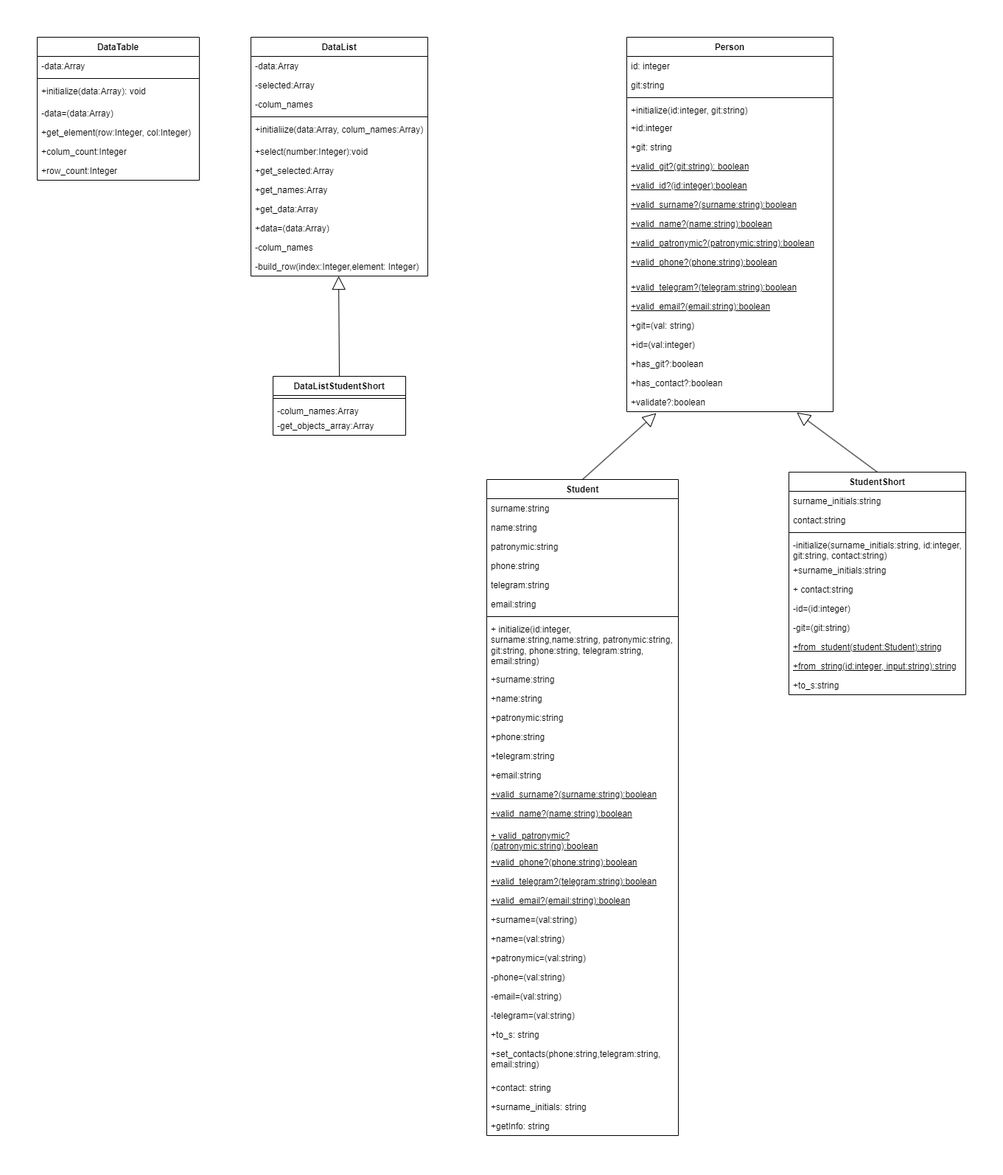
llKristina/ruby keeps this draw.io diagram as class_student/diagram1.png. Above is the earlier version. Source tidied: cells renumbered, new cells last; positions are measured from the earlier drawing's top-left corner, leaving out a move shared by most shapes.
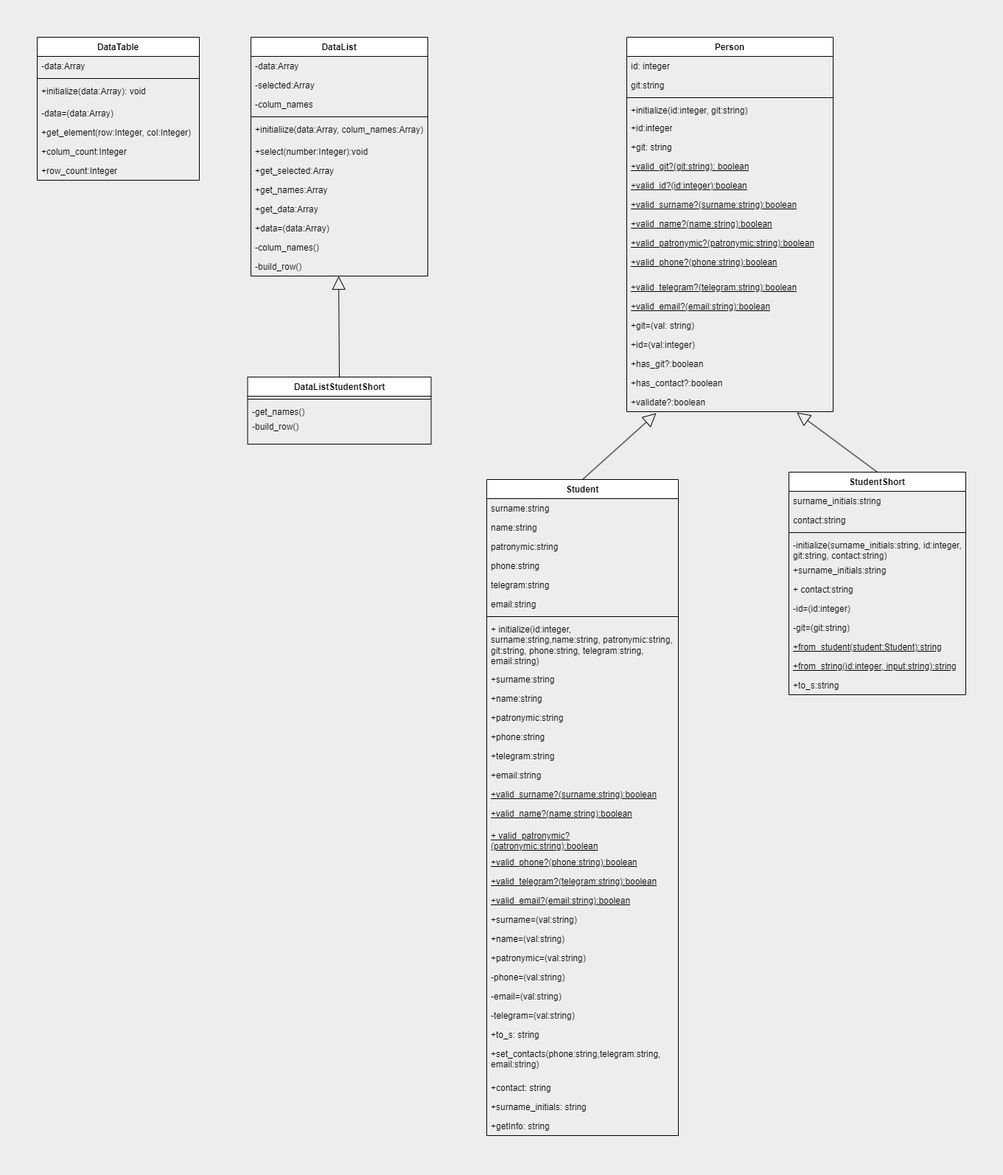
After the change.

What changed in the source:
```diff
@@ -1,4 +1,4 @@
-<mxGraphModel background="#ffffff">
+<mxGraphModel background="#eeeded">
   <root>
     <mxCell id="0" />
     <mxCell id="1" parent="0" />
@@ -259,23 +259,23 @@
     <mxCell id="86" value="+data=(data:Array)" style="text;strokeColor=none;fillColor=none;align=left;verticalAlign=top;spacingLeft=4;spacingRight=4;overflow=hidden;whiteSpace=wrap;html=1;labelBackgroundColor=none;" parent="76" vertex="1">
       <mxGeometry y="246" width="240" height="26" as="geometry" />
     </mxCell>
-    <mxCell id="87" value="-colum_names" style="text;strokeColor=none;fillColor=none;align=left;verticalAlign=top;spacingLeft=4;spacingRight=4;overflow=hidden;whiteSpace=wrap;html=1;labelBackgroundColor=none;" parent="76" vertex="1">
+    <mxCell id="87" value="-colum_names()" style="text;strokeColor=none;fillColor=none;align=left;verticalAlign=top;spacingLeft=4;spacingRight=4;overflow=hidden;whiteSpace=wrap;html=1;labelBackgroundColor=none;" parent="76" vertex="1">
       <mxGeometry y="272" width="240" height="26" as="geometry" />
     </mxCell>
-    <mxCell id="88" value="-build_row(index:Integer,element: Integer)" style="text;strokeColor=none;fillColor=none;align=left;verticalAlign=top;spacingLeft=4;spacingRight=4;overflow=hidden;points=[[0,0.5],[1,0.5]];portConstraint=eastwest;whiteSpace=wrap;html=1;labelBackgroundColor=none;" parent="76" vertex="1">
+    <mxCell id="88" value="-build_row()" style="text;strokeColor=none;fillColor=none;align=left;verticalAlign=top;spacingLeft=4;spacingRight=4;overflow=hidden;points=[[0,0.5],[1,0.5]];portConstraint=eastwest;whiteSpace=wrap;html=1;labelBackgroundColor=none;" parent="76" vertex="1">
       <mxGeometry y="298" width="240" height="26" as="geometry" />
     </mxCell>
     <mxCell id="89" value="DataListStudentShort" style="swimlane;fontStyle=1;align=center;verticalAlign=top;horizontal=1;startSize=26;whiteSpace=wrap;html=1;labelBackgroundColor=none;" parent="1" vertex="1">
-      <mxGeometry x="320" y="460" width="180" height="80" as="geometry" />
+      <mxGeometry x="285.5" y="461" width="249" height="91" as="geometry" />
     </mxCell>
     <mxCell id="90" style="line;strokeWidth=1;fillColor=none;align=left;verticalAlign=middle;spacingTop=-1;spacingLeft=3;spacingRight=3;labelPosition=right;labelBackgroundColor=none;" parent="89" vertex="1">
-      <mxGeometry y="26" width="180" height="8" as="geometry" />
+      <mxGeometry y="26" width="249" height="8" as="geometry" />
     </mxCell>
-    <mxCell id="91" value="-colum_names:Array" style="text;strokeColor=none;fillColor=none;align=left;verticalAlign=top;spacingLeft=4;spacingRight=4;overflow=hidden;whiteSpace=wrap;html=1;labelBackgroundColor=none;" parent="89" vertex="1">
-      <mxGeometry y="34" width="180" height="20" as="geometry" />
+    <mxCell id="91" value="-get_names()" style="text;strokeColor=none;fillColor=none;align=left;verticalAlign=top;spacingLeft=4;spacingRight=4;overflow=hidden;whiteSpace=wrap;html=1;labelBackgroundColor=none;" parent="89" vertex="1">
+      <mxGeometry y="34" width="249" height="20" as="geometry" />
     </mxCell>
-    <mxCell id="92" value="-get_objects_array:Array" style="text;strokeColor=none;fillColor=none;align=left;verticalAlign=top;spacingLeft=4;spacingRight=4;overflow=hidden;whiteSpace=wrap;html=1;labelBackgroundColor=none;" parent="89" vertex="1">
-      <mxGeometry y="54" width="180" height="26" as="geometry" />
+    <mxCell id="92" value="-build_row()" style="text;strokeColor=none;fillColor=none;align=left;verticalAlign=top;spacingLeft=4;spacingRight=4;overflow=hidden;whiteSpace=wrap;html=1;labelBackgroundColor=none;" parent="89" vertex="1">
+      <mxGeometry y="54" width="249" height="37" as="geometry" />
     </mxCell>
     <mxCell id="93" style="endArrow=block;endSize=16;endFill=0;html=1;rounded=0;exitX=0.5;exitY=0;exitDx=0;exitDy=0;entryX=0.496;entryY=1;entryDx=0;entryDy=0;entryPerimeter=0;labelBackgroundColor=none;fontColor=default;" parent="1" edge="1" source="89" target="88">
       <mxGeometry relative="1" as="geometry" />
```
